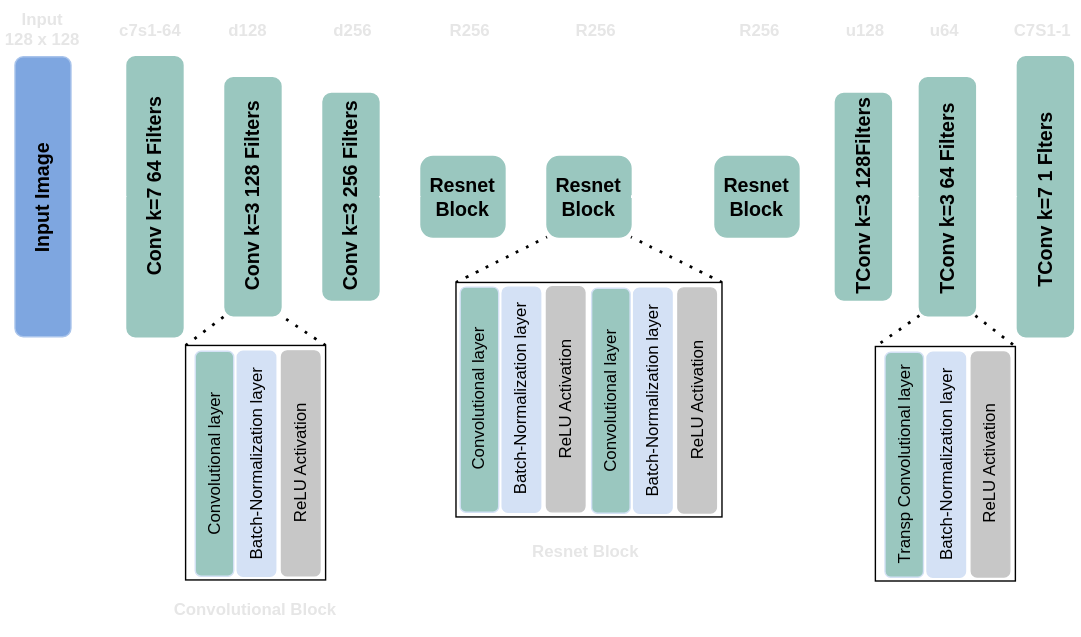
agustinroviraquezada/MRI_T1_T2_CycleGAN keeps this draw.io diagram as docs/GeneraratorDraw.svg. Above is the earlier version. Source tidied: cells renumbered, new cells last; positions are measured from the earlier drawing's top-left corner, leaving out a move shared by most shapes. The source it was exported from:
```xml
<mxGraphModel>
  <root>
    <mxCell id="0" />
    <mxCell id="1" parent="0" />
    <mxCell id="2" style="edgeStyle=orthogonalEdgeStyle;rounded=0;jettySize=auto;html=1;entryX=1;entryY=0.5;entryDx=0;entryDy=0;strokeColor=#FFFFFF;" parent="1" edge="1" source="3" target="5">
      <mxGeometry relative="1" as="geometry" />
    </mxCell>
    <mxCell id="3" style="rounded=1;whiteSpace=wrap;html=1;rotation=-180;strokeColor=#9AC7BF;fillColor=#9AC7BF;" parent="1" vertex="1">
      <mxGeometry x="102.1" y="40" width="40" height="200" as="geometry" />
    </mxCell>
    <mxCell id="4" style="edgeStyle=orthogonalEdgeStyle;rounded=0;jettySize=auto;html=1;strokeColor=#FFFFFF;" parent="1" edge="1" source="5" target="6">
      <mxGeometry relative="1" as="geometry" />
    </mxCell>
    <mxCell id="5" style="rounded=1;whiteSpace=wrap;html=1;rotation=-180;strokeColor=#9AC7BF;fillColor=#9AC7BF;" parent="1" vertex="1">
      <mxGeometry x="172.1" y="55" width="40" height="170" as="geometry" />
    </mxCell>
    <mxCell id="6" style="rounded=1;whiteSpace=wrap;html=1;rotation=-180;strokeColor=#9AC7BF;fillColor=#9AC7BF;" parent="1" vertex="1">
      <mxGeometry x="242.1" y="66.2" width="40" height="147.5" as="geometry" />
    </mxCell>
    <mxCell id="7" style="edgeStyle=orthogonalEdgeStyle;rounded=0;jettySize=auto;html=1;strokeColor=#FFFFFF;" parent="1" edge="1" source="8" target="9">
      <mxGeometry relative="1" as="geometry" />
    </mxCell>
    <mxCell id="8" value="&lt;b&gt;&lt;font style=&quot;font-size: 14px;&quot;&gt;Resnet&lt;br&gt;Block&lt;br&gt;&lt;/font&gt;&lt;/b&gt;" style="rounded=1;whiteSpace=wrap;html=1;rotation=0;strokeColor=#9AC7BF;fillColor=#9AC7BF;" parent="1" vertex="1">
      <mxGeometry x="312.1" y="111.2" width="60" height="57.5" as="geometry" />
    </mxCell>
    <mxCell id="9" value="&lt;b style=&quot;border-color: var(--border-color);&quot;&gt;&lt;font style=&quot;border-color: var(--border-color); font-size: 14px;&quot;&gt;Resnet&lt;br style=&quot;border-color: var(--border-color);&quot;&gt;Block&lt;/font&gt;&lt;/b&gt;" style="rounded=1;whiteSpace=wrap;html=1;rotation=0;strokeColor=#9AC7BF;fillColor=#9AC7BF;" parent="1" vertex="1">
      <mxGeometry x="402.1" y="111.2" width="60" height="57.5" as="geometry" />
    </mxCell>
    <mxCell id="10" style="edgeStyle=none;rounded=0;jettySize=auto;html=1;strokeColor=#FFFFFF;" parent="1" edge="1" source="11" target="17">
      <mxGeometry relative="1" as="geometry" />
    </mxCell>
    <mxCell id="11" value="&lt;b style=&quot;border-color: var(--border-color);&quot;&gt;&lt;font style=&quot;border-color: var(--border-color); font-size: 14px;&quot;&gt;Resnet&lt;br style=&quot;border-color: var(--border-color);&quot;&gt;Block&lt;/font&gt;&lt;/b&gt;" style="rounded=1;whiteSpace=wrap;html=1;rotation=0;strokeColor=#9AC7BF;fillColor=#9AC7BF;" parent="1" vertex="1">
      <mxGeometry x="522.1" y="111.2" width="60" height="57.5" as="geometry" />
    </mxCell>
    <mxCell id="12" style="endArrow=none;dashed=1;html=1;dashPattern=1 3;strokeWidth=2;rounded=0;strokeColor=#FFFFFF;" parent="1" edge="1">
      <mxGeometry relative="1" as="geometry">
        <mxPoint x="462.1" y="140" as="sourcePoint" />
        <mxPoint x="522.1" y="140" as="targetPoint" />
      </mxGeometry>
    </mxCell>
    <mxCell id="13" style="rounded=1;whiteSpace=wrap;html=1;rotation=-180;strokeColor=#9AC7BF;fillColor=#9AC7BF;" parent="1" vertex="1">
      <mxGeometry x="738.1" y="40" width="40" height="200" as="geometry" />
    </mxCell>
    <mxCell id="14" style="edgeStyle=none;rounded=0;jettySize=auto;html=1;strokeColor=#FFFFFF;" parent="1" edge="1" source="15" target="13">
      <mxGeometry relative="1" as="geometry" />
    </mxCell>
    <mxCell id="15" style="rounded=1;whiteSpace=wrap;html=1;rotation=-180;strokeColor=#9AC7BF;fillColor=#9AC7BF;" parent="1" vertex="1">
      <mxGeometry x="668.1" y="55" width="40" height="170" as="geometry" />
    </mxCell>
    <mxCell id="16" style="edgeStyle=none;rounded=0;jettySize=auto;html=1;strokeColor=#FFFFFF;" parent="1" edge="1" source="17" target="15">
      <mxGeometry relative="1" as="geometry" />
    </mxCell>
    <mxCell id="17" style="rounded=1;whiteSpace=wrap;html=1;rotation=-180;strokeColor=#9AC7BF;fillColor=#9AC7BF;" parent="1" vertex="1">
      <mxGeometry x="608.1" y="66.2" width="40" height="147.5" as="geometry" />
    </mxCell>
    <mxCell id="18" style="edgeStyle=none;rounded=0;jettySize=auto;html=1;entryX=1;entryY=0.5;entryDx=0;entryDy=0;strokeColor=#FFFFFF;" parent="1" edge="1" source="19" target="3">
      <mxGeometry relative="1" as="geometry" />
    </mxCell>
    <mxCell id="19" style="rounded=1;whiteSpace=wrap;html=1;rotation=-180;strokeColor=#A9C4EB;fillColor=#7EA6E0;" parent="1" vertex="1">
      <mxGeometry x="22.1" y="40" width="40" height="200" as="geometry" />
    </mxCell>
    <mxCell id="20" style="edgeStyle=elbowEdgeStyle;elbow=vertical;endArrow=classic;html=1;curved=0;rounded=0;endSize=8;startSize=8;strokeColor=#FFFFFF;" parent="1" edge="1">
      <mxGeometry relative="1" as="geometry">
        <mxPoint x="292.1" y="140" as="sourcePoint" />
        <mxPoint x="382.1" y="140" as="targetPoint" />
        <Array as="points">
          <mxPoint x="332.1" y="100" />
        </Array>
      </mxGeometry>
    </mxCell>
    <mxCell id="21" style="edgeStyle=elbowEdgeStyle;elbow=vertical;endArrow=classic;html=1;curved=0;rounded=0;endSize=8;startSize=8;fontStyle=1;strokeColor=#FFFFFF;" parent="1" edge="1">
      <mxGeometry relative="1" as="geometry">
        <mxPoint x="391.1" y="140" as="sourcePoint" />
        <mxPoint x="481.1" y="140" as="targetPoint" />
        <Array as="points">
          <mxPoint x="442.1" y="100" />
        </Array>
      </mxGeometry>
    </mxCell>
    <mxCell id="22" style="edgeStyle=elbowEdgeStyle;elbow=vertical;endArrow=classic;html=1;curved=0;rounded=0;endSize=8;startSize=8;fontStyle=1;strokeColor=#FFFFFF;" parent="1" edge="1">
      <mxGeometry relative="1" as="geometry">
        <mxPoint x="502.1" y="140" as="sourcePoint" />
        <mxPoint x="592.1" y="140" as="targetPoint" />
        <Array as="points">
          <mxPoint x="552.1" y="100" />
        </Array>
      </mxGeometry>
    </mxCell>
    <mxCell id="23" value="&lt;b&gt;&lt;font style=&quot;font-size: 14px;&quot;&gt;Conv k=7 64 Filters&lt;/font&gt;&lt;/b&gt;" style="text;whiteSpace=wrap;html=1;rotation=-90;" parent="1" vertex="1">
      <mxGeometry x="47.9" y="109.2" width="148.5" height="30" as="geometry" />
    </mxCell>
    <mxCell id="24" value="&lt;b&gt;&lt;font style=&quot;font-size: 14px;&quot;&gt;Conv k=3 128 Filters&lt;/font&gt;&lt;/b&gt;" style="text;whiteSpace=wrap;html=1;rotation=-90;" parent="1" vertex="1">
      <mxGeometry x="122.9" y="125" width="138.5" height="30" as="geometry" />
    </mxCell>
    <mxCell id="25" value="&lt;b&gt;&lt;font color=&quot;#e6e6e6&quot;&gt;c7s1-64&lt;/font&gt;&lt;/b&gt;" style="text;whiteSpace=wrap;html=1;" parent="1" vertex="1">
      <mxGeometry x="95.1" y="7.5" width="54" height="25" as="geometry" />
    </mxCell>
    <mxCell id="26" value="&lt;b&gt;&lt;font color=&quot;#e6e6e6&quot;&gt;Input&lt;br&gt;128 x 128&lt;/font&gt;&lt;/b&gt;" style="text;whiteSpace=wrap;html=1;align=center;" parent="1" vertex="1">
      <mxGeometry x="12.1" width="60" height="40" as="geometry" />
    </mxCell>
    <mxCell id="27" value="&lt;b&gt;&lt;font color=&quot;#e6e6e6&quot;&gt;d128&lt;/font&gt;&lt;/b&gt;" style="text;whiteSpace=wrap;html=1;" parent="1" vertex="1">
      <mxGeometry x="173.1" y="7.5" width="29" height="32.5" as="geometry" />
    </mxCell>
    <mxCell id="28" value="&lt;b&gt;&lt;font color=&quot;#e6e6e6&quot;&gt;d256&lt;/font&gt;&lt;/b&gt;" style="text;whiteSpace=wrap;html=1;" parent="1" vertex="1">
      <mxGeometry x="247.6" y="7.5" width="29" height="32.5" as="geometry" />
    </mxCell>
    <mxCell id="29" value="&lt;b&gt;&lt;font color=&quot;#e6e6e6&quot;&gt;R256&lt;/font&gt;&lt;/b&gt;" style="text;whiteSpace=wrap;html=1;" parent="1" vertex="1">
      <mxGeometry x="331.4" y="7.5" width="29" height="32.5" as="geometry" />
    </mxCell>
    <mxCell id="30" style="edgeStyle=orthogonalEdgeStyle;curved=1;rounded=0;jettySize=auto;html=1;entryX=0;entryY=0.5;entryDx=0;entryDy=0;strokeColor=#FFFFFF;exitX=0;exitY=0.5;exitDx=0;exitDy=0;" parent="1" edge="1" source="6" target="8">
      <mxGeometry relative="1" as="geometry" />
    </mxCell>
    <mxCell id="31" value="&lt;b&gt;&lt;font style=&quot;font-size: 14px;&quot;&gt;Conv k=3 256 Filters&lt;/font&gt;&lt;/b&gt;" style="text;whiteSpace=wrap;html=1;rotation=-90;" parent="1" vertex="1">
      <mxGeometry x="192.9" y="125" width="138.5" height="30" as="geometry" />
    </mxCell>
    <mxCell id="32" value="&lt;b&gt;&lt;font style=&quot;font-size: 14px;&quot;&gt;Input Image&lt;/font&gt;&lt;/b&gt;" style="text;whiteSpace=wrap;html=1;rotation=-90;" parent="1" vertex="1">
      <mxGeometry y="125" width="84.2" height="30" as="geometry" />
    </mxCell>
    <mxCell id="33" value="&lt;b&gt;&lt;font color=&quot;#e6e6e6&quot;&gt;R256&lt;/font&gt;&lt;/b&gt;" style="text;whiteSpace=wrap;html=1;" parent="1" vertex="1">
      <mxGeometry x="421.1" y="7.5" width="29" height="32.5" as="geometry" />
    </mxCell>
    <mxCell id="34" value="&lt;b&gt;&lt;font color=&quot;#e6e6e6&quot;&gt;R256&lt;/font&gt;&lt;/b&gt;" style="text;whiteSpace=wrap;html=1;" parent="1" vertex="1">
      <mxGeometry x="537.6" y="7.5" width="29" height="32.5" as="geometry" />
    </mxCell>
    <mxCell id="35" value="&lt;b&gt;&lt;font color=&quot;#e6e6e6&quot;&gt;u128&lt;/font&gt;&lt;/b&gt;" style="text;whiteSpace=wrap;html=1;" parent="1" vertex="1">
      <mxGeometry x="613.6" y="7.5" width="29" height="32.5" as="geometry" />
    </mxCell>
    <mxCell id="36" value="&lt;b&gt;&lt;font color=&quot;#e6e6e6&quot;&gt;u64&lt;/font&gt;&lt;/b&gt;" style="text;whiteSpace=wrap;html=1;" parent="1" vertex="1">
      <mxGeometry x="673.6" y="7.5" width="29" height="32.5" as="geometry" />
    </mxCell>
    <mxCell id="37" value="&lt;b&gt;&lt;font color=&quot;#e6e6e6&quot;&gt;C7S1-1&lt;/font&gt;&lt;/b&gt;" style="text;whiteSpace=wrap;html=1;" parent="1" vertex="1">
      <mxGeometry x="733.9" y="7.5" width="48.5" height="32.5" as="geometry" />
    </mxCell>
    <mxCell id="38" value="&lt;b&gt;&lt;font style=&quot;font-size: 14px;&quot;&gt;TConv k=3 128Filters&lt;/font&gt;&lt;/b&gt;" style="text;whiteSpace=wrap;html=1;rotation=-90;" parent="1" vertex="1">
      <mxGeometry x="556.5" y="125" width="143.2" height="30" as="geometry" />
    </mxCell>
    <mxCell id="39" value="&lt;b&gt;&lt;font style=&quot;font-size: 14px;&quot;&gt;TConv k=3 64 Filters&lt;/font&gt;&lt;/b&gt;" style="text;whiteSpace=wrap;html=1;rotation=-90;" parent="1" vertex="1">
      <mxGeometry x="616.5" y="125" width="143.2" height="30" as="geometry" />
    </mxCell>
    <mxCell id="40" value="&lt;b&gt;&lt;font style=&quot;font-size: 14px;&quot;&gt;TConv k=7 1 Flters&lt;/font&gt;&lt;/b&gt;" style="text;whiteSpace=wrap;html=1;rotation=-90;" parent="1" vertex="1">
      <mxGeometry x="686.5" y="120" width="143.2" height="30" as="geometry" />
    </mxCell>
    <mxCell id="41" style="endArrow=none;dashed=1;html=1;dashPattern=1 3;strokeWidth=2;rounded=0;curved=1;entryX=0;entryY=1;entryDx=0;entryDy=0;exitX=1;exitY=0;exitDx=0;exitDy=0;" parent="1" edge="1" source="45" target="9">
      <mxGeometry relative="1" as="geometry" />
    </mxCell>
    <mxCell id="42" style="endArrow=none;dashed=1;html=1;dashPattern=1 3;strokeWidth=2;rounded=0;curved=1;entryX=1;entryY=1;entryDx=0;entryDy=0;exitX=1;exitY=1;exitDx=0;exitDy=0;" parent="1" edge="1" source="45" target="9">
      <mxGeometry relative="1" as="geometry" />
    </mxCell>
    <mxCell id="43" style="endArrow=none;dashed=1;html=1;dashPattern=1 3;strokeWidth=2;rounded=0;curved=1;entryX=1;entryY=0;entryDx=0;entryDy=0;exitX=1;exitY=0;exitDx=0;exitDy=0;" parent="1" edge="1" source="52" target="5">
      <mxGeometry relative="1" as="geometry" />
    </mxCell>
    <mxCell id="44" style="endArrow=none;dashed=1;html=1;dashPattern=1 3;strokeWidth=2;rounded=0;curved=1;entryX=0;entryY=0;entryDx=0;entryDy=0;exitX=1;exitY=1;exitDx=0;exitDy=0;" parent="1" edge="1" source="52" target="5">
      <mxGeometry relative="1" as="geometry" />
    </mxCell>
    <mxCell id="45" style="rounded=0;whiteSpace=wrap;html=1;rotation=-90;" parent="1" vertex="1">
      <mxGeometry x="348.4" y="190" width="167.5" height="190" as="geometry" />
    </mxCell>
    <mxCell id="46" value="Convolutional layer" style="rounded=1;whiteSpace=wrap;html=1;rotation=-90;fillColor=#9AC7BF;strokeColor=#D4E1F5;" parent="1" vertex="1">
      <mxGeometry x="273.5" y="271.2" width="160.8" height="27.5" as="geometry" />
    </mxCell>
    <mxCell id="47" value="Batch-Normalization layer" style="rounded=1;whiteSpace=wrap;html=1;rotation=-90;fillColor=#D4E1F5;strokeColor=#D4E1F5;" parent="1" vertex="1">
      <mxGeometry x="303.5" y="271.2" width="160.8" height="27.5" as="geometry" />
    </mxCell>
    <mxCell id="48" value="ReLU Activation" style="rounded=1;whiteSpace=wrap;html=1;rotation=-90;fillColor=#C7C7C7;strokeColor=#C7C7C7;" parent="1" vertex="1">
      <mxGeometry x="335.1" y="271" width="160.8" height="27.5" as="geometry" />
    </mxCell>
    <mxCell id="49" value="Convolutional layer" style="rounded=1;whiteSpace=wrap;html=1;rotation=-90;fillColor=#9AC7BF;strokeColor=#D4E1F5;" parent="1" vertex="1">
      <mxGeometry x="367.4" y="272" width="160.8" height="27.5" as="geometry" />
    </mxCell>
    <mxCell id="50" value="Batch-Normalization layer" style="rounded=1;whiteSpace=wrap;html=1;rotation=-90;fillColor=#D4E1F5;strokeColor=#D4E1F5;" parent="1" vertex="1">
      <mxGeometry x="397.4" y="272" width="160.8" height="27.5" as="geometry" />
    </mxCell>
    <mxCell id="51" value="ReLU Activation" style="rounded=1;whiteSpace=wrap;html=1;rotation=-90;fillColor=#C7C7C7;strokeColor=#C7C7C7;" parent="1" vertex="1">
      <mxGeometry x="429" y="271.8" width="160.8" height="27.5" as="geometry" />
    </mxCell>
    <mxCell id="52" style="rounded=0;whiteSpace=wrap;html=1;rotation=-90;" parent="1" vertex="1">
      <mxGeometry x="110.2" y="280" width="167.5" height="100" as="geometry" />
    </mxCell>
    <mxCell id="53" value="Convolutional layer" style="rounded=1;whiteSpace=wrap;html=1;rotation=-90;fillColor=#9AC7BF;strokeColor=#D4E1F5;" parent="1" vertex="1">
      <mxGeometry x="84.2" y="317" width="160.8" height="27.5" as="geometry" />
    </mxCell>
    <mxCell id="54" value="Batch-Normalization layer" style="rounded=1;whiteSpace=wrap;html=1;rotation=-90;fillColor=#D4E1F5;strokeColor=#D4E1F5;" parent="1" vertex="1">
      <mxGeometry x="114.2" y="317" width="160.8" height="27.5" as="geometry" />
    </mxCell>
    <mxCell id="55" value="ReLU Activation" style="rounded=1;whiteSpace=wrap;html=1;rotation=-90;fillColor=#C7C7C7;strokeColor=#C7C7C7;" parent="1" vertex="1">
      <mxGeometry x="145.9" y="316.8" width="160.8" height="27.5" as="geometry" />
    </mxCell>
    <mxCell id="56" value="&lt;b&gt;&lt;font color=&quot;#e6e6e6&quot;&gt;Convolutional Block&lt;/font&gt;&lt;/b&gt;" style="text;whiteSpace=wrap;html=1;" parent="1" vertex="1">
      <mxGeometry x="134" y="421.2" width="120" height="32.5" as="geometry" />
    </mxCell>
    <mxCell id="57" value="&lt;b&gt;&lt;font color=&quot;#e6e6e6&quot;&gt;Resnet Block&lt;/font&gt;&lt;/b&gt;" style="text;whiteSpace=wrap;html=1;" parent="1" vertex="1">
      <mxGeometry x="389.8" y="380" width="84.8" height="32.5" as="geometry" />
    </mxCell>
    <mxCell id="58" style="rounded=0;whiteSpace=wrap;html=1;rotation=-90;" parent="1" vertex="1">
      <mxGeometry x="602.9" y="280.8" width="167.5" height="100" as="geometry" />
    </mxCell>
    <mxCell id="59" value="Transp Convolutional layer" style="rounded=1;whiteSpace=wrap;html=1;rotation=-90;fillColor=#9AC7BF;strokeColor=#D4E1F5;" parent="1" vertex="1">
      <mxGeometry x="576.9" y="317.8" width="160.8" height="27.5" as="geometry" />
    </mxCell>
    <mxCell id="60" value="Batch-Normalization layer" style="rounded=1;whiteSpace=wrap;html=1;rotation=-90;fillColor=#D4E1F5;strokeColor=#D4E1F5;" parent="1" vertex="1">
      <mxGeometry x="606.9" y="317.8" width="160.8" height="27.5" as="geometry" />
    </mxCell>
    <mxCell id="61" value="ReLU Activation" style="rounded=1;whiteSpace=wrap;html=1;rotation=-90;fillColor=#C7C7C7;strokeColor=#C7C7C7;" parent="1" vertex="1">
      <mxGeometry x="638.6" y="317.5" width="160.8" height="27.5" as="geometry" />
    </mxCell>
    <mxCell id="62" style="endArrow=none;dashed=1;html=1;dashPattern=1 3;strokeWidth=2;rounded=0;curved=1;exitX=1;exitY=0;exitDx=0;exitDy=0;entryX=1;entryY=0;entryDx=0;entryDy=0;" parent="1" edge="1" source="15" target="58">
      <mxGeometry relative="1" as="geometry" />
    </mxCell>
    <mxCell id="63" style="endArrow=none;dashed=1;html=1;dashPattern=1 3;strokeWidth=2;rounded=0;curved=1;exitX=0;exitY=0;exitDx=0;exitDy=0;entryX=1;entryY=1;entryDx=0;entryDy=0;" parent="1" edge="1" source="15" target="58">
      <mxGeometry relative="1" as="geometry" />
    </mxCell>
  </root>
</mxGraphModel>
```
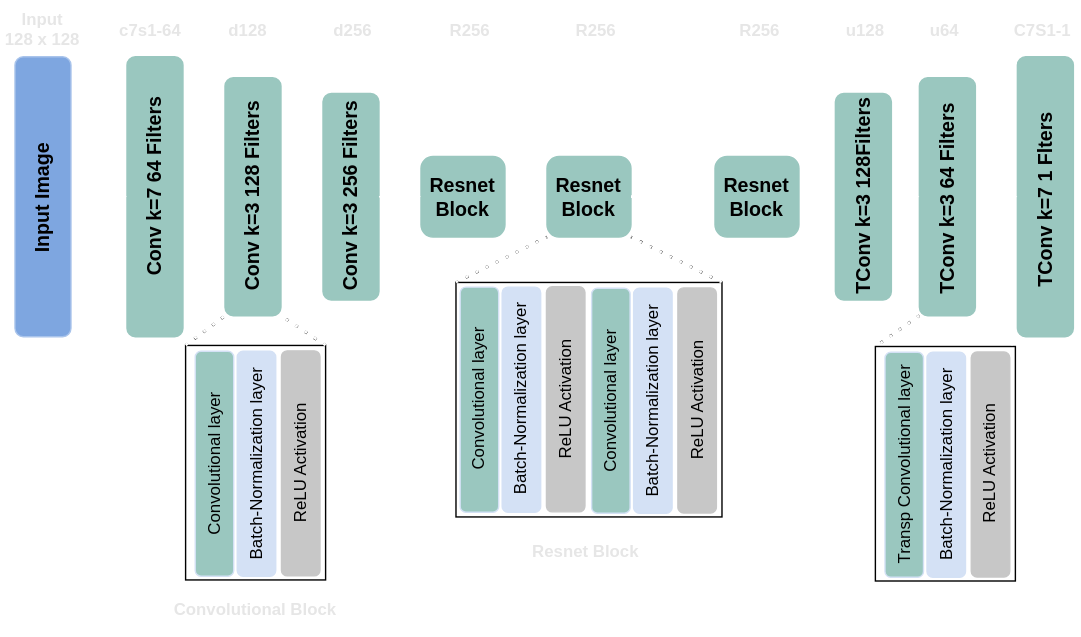
Above is the later version.

Change to the diagram source:
```diff
@@ -206,8 +206,38 @@
     <mxCell id="62" style="endArrow=none;dashed=1;html=1;dashPattern=1 3;strokeWidth=2;rounded=0;curved=1;exitX=1;exitY=0;exitDx=0;exitDy=0;entryX=1;entryY=0;entryDx=0;entryDy=0;" parent="1" edge="1" source="15" target="58">
       <mxGeometry relative="1" as="geometry" />
     </mxCell>
-    <mxCell id="63" style="endArrow=none;dashed=1;html=1;dashPattern=1 3;strokeWidth=2;rounded=0;curved=1;exitX=0;exitY=0;exitDx=0;exitDy=0;entryX=1;entryY=1;entryDx=0;entryDy=0;" parent="1" edge="1" source="15" target="58">
+    <mxCell id="63" style="endArrow=none;dashed=1;html=1;dashPattern=1 3;strokeWidth=2;rounded=0;curved=1;exitX=0;exitY=0;exitDx=0;exitDy=0;entryX=1;entryY=1;entryDx=0;entryDy=0;strokeColor=#FFFFFF;" parent="1" edge="1" source="15" target="58">
       <mxGeometry relative="1" as="geometry" />
     </mxCell>
+    <mxCell id="64" style="endArrow=none;dashed=1;html=1;dashPattern=1 3;strokeWidth=2;rounded=0;curved=1;entryX=1;entryY=0;entryDx=0;entryDy=0;exitX=1;exitY=0;exitDx=0;exitDy=0;strokeColor=#FFFFFF;" parent="1" edge="1">
+      <mxGeometry relative="1" as="geometry">
+        <mxPoint x="144" y="246" as="sourcePoint" />
+        <mxPoint x="172" y="225" as="targetPoint" />
+      </mxGeometry>
+    </mxCell>
+    <mxCell id="65" style="endArrow=none;dashed=1;html=1;dashPattern=1 3;strokeWidth=2;rounded=0;curved=1;entryX=0;entryY=0;entryDx=0;entryDy=0;exitX=1;exitY=1;exitDx=0;exitDy=0;strokeColor=#FFFFFF;" parent="1" edge="1">
+      <mxGeometry relative="1" as="geometry">
+        <mxPoint x="244" y="246" as="sourcePoint" />
+        <mxPoint x="212" y="225" as="targetPoint" />
+      </mxGeometry>
+    </mxCell>
+    <mxCell id="66" style="endArrow=none;dashed=1;html=1;dashPattern=1 3;strokeWidth=2;rounded=0;curved=1;entryX=0;entryY=1;entryDx=0;entryDy=0;exitX=1;exitY=0;exitDx=0;exitDy=0;strokeColor=#FFFFFF;" parent="1" edge="1">
+      <mxGeometry relative="1" as="geometry">
+        <mxPoint x="337" y="201" as="sourcePoint" />
+        <mxPoint x="402" y="169" as="targetPoint" />
+      </mxGeometry>
+    </mxCell>
+    <mxCell id="67" style="endArrow=none;dashed=1;html=1;dashPattern=1 3;strokeWidth=2;rounded=0;curved=1;entryX=1;entryY=1;entryDx=0;entryDy=0;exitX=1;exitY=1;exitDx=0;exitDy=0;strokeColor=#FFFFFF;" parent="1" edge="1">
+      <mxGeometry relative="1" as="geometry">
+        <mxPoint x="527" y="201" as="sourcePoint" />
+        <mxPoint x="462" y="169" as="targetPoint" />
+      </mxGeometry>
+    </mxCell>
+    <mxCell id="68" style="endArrow=none;dashed=1;html=1;dashPattern=1 3;strokeWidth=2;rounded=0;curved=1;exitX=1;exitY=0;exitDx=0;exitDy=0;entryX=1;entryY=0;entryDx=0;entryDy=0;strokeColor=#FFFFFF;" parent="1" edge="1">
+      <mxGeometry relative="1" as="geometry">
+        <mxPoint x="668" y="225" as="sourcePoint" />
+        <mxPoint x="637" y="247" as="targetPoint" />
+      </mxGeometry>
+    </mxCell>
   </root>
 </mxGraphModel>
```
